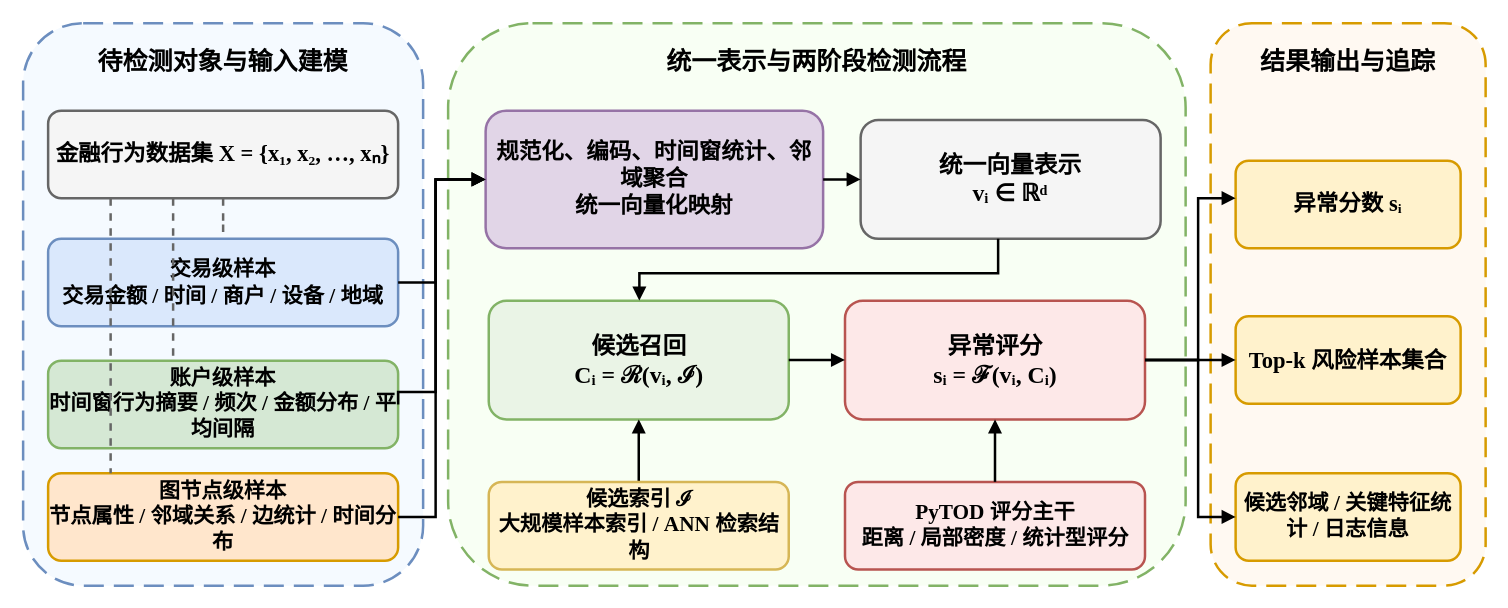
Earlier version of the draw.io diagram figures/fig3_1_financial_anomaly_task_model.drawio (HuangEven/latex-template). Source tidied: cells renumbered, new cells numbered last; positions are measured from the earlier drawing's top-left corner, leaving out a move shared by most shapes. Both pictures are drawn from the tidied source at 125%, with x=0, y=0 at pixel (22, 22).
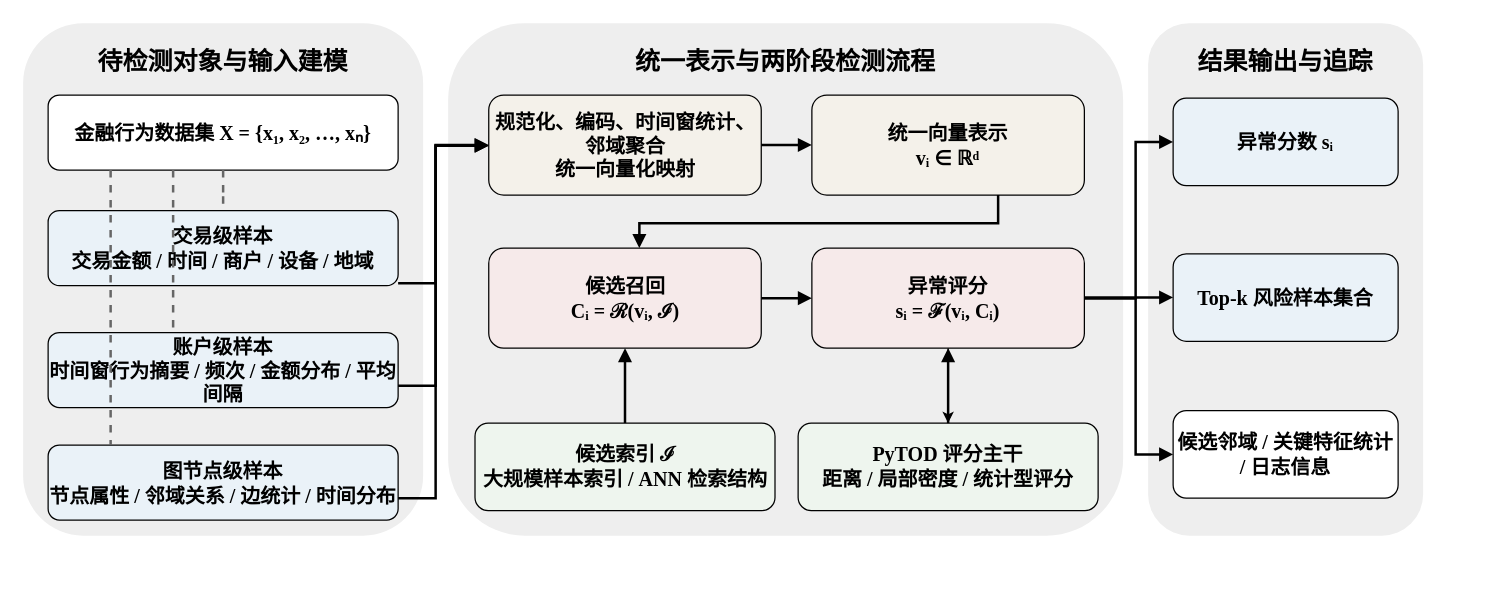
The same diagram, later.

What changed in the source:
```diff
@@
-    <mxCell id="2" value="待检测对象与输入建模" style="rounded=1;whiteSpace=wrap;html=1;fontSize=20;fontStyle=1;fontFamily=Times New Roman;align=center;verticalAlign=top;spacingTop=12;strokeWidth=2;dashed=1;dashPattern=8 4;fillColor=#F5FAFF;strokeColor=#6C8EBF;" parent="1" vertex="1">
-      <mxGeometry width="320" height="450" as="geometry" />
+    <mxCell id="2" value="&lt;font style=&quot;font-size: 20px;&quot;&gt;待检测对象与输入建模&lt;/font&gt;" style="rounded=1;whiteSpace=wrap;html=1;fontSize=16;fontStyle=1;fontFamily=Times New Roman;align=center;verticalAlign=top;spacingTop=12;strokeWidth=2;dashed=1;dashPattern=8 4;fillColor=#eeeeee;strokeColor=none;" parent="1" vertex="1">
+      <mxGeometry width="320" height="410" as="geometry" />
     </mxCell>
-    <mxCell id="3" value="统一表示与两阶段检测流程" style="rounded=1;whiteSpace=wrap;html=1;fontSize=20;fontStyle=1;fontFamily=Times New Roman;align=center;verticalAlign=top;spacingTop=12;strokeWidth=2;dashed=1;dashPattern=8 4;fillColor=#F8FFF4;strokeColor=#82B366;" parent="1" vertex="1">
-      <mxGeometry x="340" width="590" height="450" as="geometry" />
+    <mxCell id="3" value="&lt;font style=&quot;font-size: 20px;&quot;&gt;统一表示与两阶段检测流程&lt;/font&gt;" style="rounded=1;whiteSpace=wrap;html=1;fontSize=16;fontStyle=1;fontFamily=Times New Roman;align=center;verticalAlign=top;spacingTop=12;strokeWidth=2;dashed=1;dashPattern=8 4;fillColor=#eeeeee;strokeColor=none;" parent="1" vertex="1">
+      <mxGeometry x="340" width="540" height="410" as="geometry" />
     </mxCell>
-    <mxCell id="4" value="结果输出与追踪" style="rounded=1;whiteSpace=wrap;html=1;fontSize=20;fontStyle=1;fontFamily=Times New Roman;align=center;verticalAlign=top;spacingTop=12;strokeWidth=2;dashed=1;dashPattern=8 4;fillColor=#FFF9F2;strokeColor=#D79B00;" parent="1" vertex="1">
-      <mxGeometry x="950" width="220" height="450" as="geometry" />
+    <mxCell id="4" value="&lt;font style=&quot;font-size: 20px;&quot;&gt;结果输出与追踪&lt;/font&gt;" style="rounded=1;whiteSpace=wrap;html=1;fontSize=16;fontStyle=1;fontFamily=Times New Roman;align=center;verticalAlign=top;spacingTop=12;strokeWidth=2;dashed=1;dashPattern=8 4;fillColor=#eeeeee;strokeColor=none;" parent="1" vertex="1">
+      <mxGeometry x="900" width="220" height="410" as="geometry" />
     </mxCell>
-    <mxCell id="5" value="金融行为数据集 X = {x₁, x₂, …, xₙ}" style="rounded=1;whiteSpace=wrap;html=1;fontSize=18;fontStyle=1;fontFamily=Times New Roman;align=center;verticalAlign=middle;strokeWidth=2;fillColor=#F5F5F5;strokeColor=#666666;rotation=0;" parent="1" vertex="1">
-      <mxGeometry x="20" y="70" width="280" height="70" as="geometry" />
+    <mxCell id="5" value="金融行为数据集 X = {x₁, x₂, …, xₙ}" style="rounded=1;whiteSpace=wrap;html=1;fontSize=16;fontStyle=1;fontFamily=Times New Roman;align=center;verticalAlign=middle;strokeWidth=1;rotation=0;" parent="1" vertex="1">
+      <mxGeometry x="20" y="57.5" width="280" height="60" as="geometry" />
     </mxCell>
-    <mxCell id="6" value="交易级样本&lt;br&gt;交易金额 / 时间 / 商户 / 设备 / 地域" style="rounded=1;whiteSpace=wrap;html=1;fontSize=17;fontFamily=Times New Roman;align=center;verticalAlign=middle;strokeWidth=2;fillColor=#DAE8FC;strokeColor=#6C8EBF;fontStyle=1;rotation=0;" parent="1" vertex="1">
-      <mxGeometry x="20" y="172.5" width="280" height="70" as="geometry" />
+    <mxCell id="6" value="交易级样本&lt;br&gt;交易金额 / 时间 / 商户 / 设备 / 地域" style="rounded=1;whiteSpace=wrap;html=1;fontSize=16;fontFamily=Times New Roman;align=center;verticalAlign=middle;strokeWidth=1;fillColor=#EAF2F8;strokeColor=#000000;fontStyle=1;rotation=0;" parent="1" vertex="1">
+      <mxGeometry x="20" y="150" width="280" height="60" as="geometry" />
     </mxCell>
-    <mxCell id="7" value="账户级样本&lt;br&gt;时间窗行为摘要 / 频次 / 金额分布 / 平均间隔" style="rounded=1;whiteSpace=wrap;html=1;fontSize=17;fontFamily=Times New Roman;align=center;verticalAlign=middle;strokeWidth=2;fillColor=#D5E8D4;strokeColor=#82B366;fontStyle=1;" parent="1" vertex="1">
-      <mxGeometry x="20" y="270" width="280" height="70" as="geometry" />
+    <mxCell id="7" value="账户级样本&lt;br&gt;时间窗行为摘要 / 频次 / 金额分布 / 平均间隔" style="rounded=1;whiteSpace=wrap;html=1;fontSize=16;fontFamily=Times New Roman;align=center;verticalAlign=middle;strokeWidth=1;fillColor=#EAF2F8;strokeColor=#000000;fontStyle=1;" parent="1" vertex="1">
+      <mxGeometry x="20" y="247.5" width="280" height="60" as="geometry" />
     </mxCell>
-    <mxCell id="8" value="图节点级样本&lt;br&gt;节点属性 / 邻域关系 / 边统计 / 时间分布" style="rounded=1;whiteSpace=wrap;html=1;fontSize=17;fontFamily=Times New Roman;align=center;verticalAlign=middle;strokeWidth=2;fillColor=#FFE6CC;strokeColor=#D79B00;fontStyle=1;rotation=0;" parent="1" vertex="1">
-      <mxGeometry x="20" y="360" width="280" height="70" as="geometry" />
+    <mxCell id="8" value="图节点级样本&lt;br&gt;节点属性 / 邻域关系 / 边统计 / 时间分布" style="rounded=1;whiteSpace=wrap;html=1;fontSize=16;fontFamily=Times New Roman;align=center;verticalAlign=middle;strokeWidth=1;fillColor=#EAF2F8;strokeColor=#000000;fontStyle=1;rotation=0;" parent="1" vertex="1">
+      <mxGeometry x="20" y="337.5" width="280" height="60" as="geometry" />
     </mxCell>
-    <mxCell id="9" value="规范化、编码、时间窗统计、邻域聚合&lt;br&gt;统一向量化映射" style="rounded=1;whiteSpace=wrap;html=1;fontSize=18;fontFamily=Times New Roman;align=center;verticalAlign=middle;strokeWidth=2;fillColor=#E1D5E7;strokeColor=#9673A6;fontStyle=1;" parent="1" vertex="1">
-      <mxGeometry x="370" y="70" width="270" height="110" as="geometry" />
+    <mxCell id="9" value="规范化、编码、时间窗统计、邻域聚合&lt;br&gt;统一向量化映射" style="rounded=1;whiteSpace=wrap;html=1;fontSize=16;fontFamily=Times New Roman;align=center;verticalAlign=middle;strokeWidth=1;fillColor=#F4F1EA;strokeColor=#000000;fontStyle=1;rotation=0;" parent="1" vertex="1">
+      <mxGeometry x="372.5" y="57.5" width="218" height="80" as="geometry" />
     </mxCell>
-    <mxCell id="10" value="统一向量表示&lt;br&gt;vᵢ ∈ ℝᵈ" style="rounded=1;whiteSpace=wrap;html=1;fontSize=19;fontFamily=Times New Roman;align=center;verticalAlign=middle;strokeWidth=2;fillColor=#F5F5F5;strokeColor=#666666;fontStyle=1;rotation=0;" parent="1" vertex="1">
-      <mxGeometry x="670" y="77.5" width="240" height="95" as="geometry" />
+    <mxCell id="10" value="统一向量表示&lt;br&gt;vᵢ ∈ ℝᵈ" style="rounded=1;whiteSpace=wrap;html=1;fontSize=16;fontFamily=Times New Roman;align=center;verticalAlign=middle;strokeWidth=1;fillColor=#F4F1EA;strokeColor=#000000;fontStyle=1;rotation=0;" parent="1" vertex="1">
+      <mxGeometry x="631" y="57.5" width="218" height="80" as="geometry" />
     </mxCell>
-    <mxCell id="11" value="候选召回&lt;br&gt;Cᵢ = ℛ(vᵢ, ℐ)" style="rounded=1;whiteSpace=wrap;html=1;fontSize=19;fontFamily=Times New Roman;align=center;verticalAlign=middle;strokeWidth=2;fillColor=#EAF4E6;strokeColor=#82B366;fontStyle=1;" parent="1" vertex="1">
-      <mxGeometry x="372.5" y="222" width="240" height="95" as="geometry" />
+    <mxCell id="11" value="候选召回&lt;br&gt;Cᵢ = ℛ(vᵢ, ℐ)" style="rounded=1;whiteSpace=wrap;html=1;fontSize=16;fontFamily=Times New Roman;align=center;verticalAlign=middle;strokeWidth=1;fillColor=#F6EAEA;strokeColor=#000000;fontStyle=1;" parent="1" vertex="1">
+      <mxGeometry x="372.5" y="180" width="218" height="80" as="geometry" />
     </mxCell>
-    <mxCell id="12" style="edgeStyle=orthogonalEdgeStyle;rounded=0;jettySize=auto;html=1;strokeWidth=2;endArrow=block;endFill=1;" parent="1" edge="1" source="13" target="11">
+    <mxCell id="12" style="edgeStyle=orthogonalEdgeStyle;rounded=0;jettySize=auto;html=1;strokeWidth=2;endArrow=block;endFill=1;fontSize=16;fontFamily=Times New Roman;" parent="1" edge="1" source="13" target="11">
       <mxGeometry relative="1" as="geometry" />
     </mxCell>
-    <mxCell id="13" value="候选索引 ℐ&lt;br&gt;大规模样本索引 / ANN 检索结构" style="rounded=1;whiteSpace=wrap;html=1;fontSize=17;fontFamily=Times New Roman;align=center;verticalAlign=middle;strokeWidth=2;fillColor=#FFF2CC;strokeColor=#D6B656;fontStyle=1;" parent="1" vertex="1">
-      <mxGeometry x="372.5" y="367" width="240" height="70" as="geometry" />
+    <mxCell id="13" value="候选索引 ℐ&lt;br&gt;大规模样本索引 / ANN 检索结构" style="rounded=1;whiteSpace=wrap;html=1;fontSize=16;fontFamily=Times New Roman;align=center;verticalAlign=middle;strokeWidth=1;fillColor=#EEF5EE;strokeColor=#000000;fontStyle=1;" parent="1" vertex="1">
+      <mxGeometry x="361.5" y="320" width="240" height="70" as="geometry" />
     </mxCell>
+    <mxCell id="32" style="edgeStyle=orthogonalEdgeStyle;rounded=0;jettySize=auto;html=1;fontSize=16;fontFamily=Times New Roman;" parent="1" edge="1" source="14" target="15">
+      <mxGeometry relative="1" as="geometry" />
+    </mxCell>
-    <mxCell id="14" value="异常评分&lt;br&gt;sᵢ = ℱ(vᵢ, Cᵢ)" style="rounded=1;whiteSpace=wrap;html=1;fontSize=19;fontFamily=Times New Roman;align=center;verticalAlign=middle;strokeWidth=2;fillColor=#FDE8E8;strokeColor=#B85450;fontStyle=1;" parent="1" vertex="1">
-      <mxGeometry x="657.5" y="222" width="240" height="95" as="geometry" />
+    <mxCell id="14" value="异常评分&lt;br&gt;sᵢ = ℱ(vᵢ, Cᵢ)" style="rounded=1;whiteSpace=wrap;html=1;fontSize=16;fontFamily=Times New Roman;align=center;verticalAlign=middle;strokeWidth=1;fillColor=#F6EAEA;strokeColor=#000000;fontStyle=1;" parent="1" vertex="1">
+      <mxGeometry x="631" y="180" width="218" height="80" as="geometry" />
     </mxCell>
-    <mxCell id="15" value="PyTOD 评分主干&lt;br&gt;距离 / 局部密度 / 统计型评分" style="rounded=1;whiteSpace=wrap;html=1;fontSize=17;fontFamily=Times New Roman;align=center;verticalAlign=middle;strokeWidth=2;fillColor=#FDE8E8;strokeColor=#B85450;fontStyle=1;" parent="1" vertex="1">
-      <mxGeometry x="657.5" y="367" width="240" height="70" as="geometry" />
+    <mxCell id="15" value="PyTOD 评分主干&lt;br&gt;距离 / 局部密度 / 统计型评分" style="rounded=1;whiteSpace=wrap;html=1;fontSize=16;fontFamily=Times New Roman;align=center;verticalAlign=middle;strokeWidth=1;fillColor=#EEF5EE;strokeColor=#000000;fontStyle=1;" parent="1" vertex="1">
+      <mxGeometry x="620" y="320" width="240" height="70" as="geometry" />
     </mxCell>
-    <mxCell id="16" value="异常分数 sᵢ" style="rounded=1;whiteSpace=wrap;html=1;fontSize=18;fontFamily=Times New Roman;align=center;verticalAlign=middle;strokeWidth=2;fillColor=#FFF2CC;strokeColor=#D79B00;fontStyle=1;rotation=0;" parent="1" vertex="1">
-      <mxGeometry x="970" y="110" width="180" height="70" as="geometry" />
+    <mxCell id="16" value="异常分数 sᵢ" style="rounded=1;whiteSpace=wrap;html=1;fontSize=16;fontFamily=Times New Roman;align=center;verticalAlign=middle;strokeWidth=1;fillColor=#EAF2F8;strokeColor=#000000;fontStyle=1;rotation=0;" parent="1" vertex="1">
+      <mxGeometry x="920" y="60" width="180" height="70" as="geometry" />
     </mxCell>
-    <mxCell id="17" value="Top-k 风险样本集合" style="rounded=1;whiteSpace=wrap;html=1;fontSize=18;fontFamily=Times New Roman;align=center;verticalAlign=middle;strokeWidth=2;fillColor=#FFF2CC;strokeColor=#D79B00;fontStyle=1;" parent="1" vertex="1">
-      <mxGeometry x="970" y="234.5" width="180" height="70" as="geometry" />
+    <mxCell id="17" value="Top-k 风险样本集合" style="rounded=1;whiteSpace=wrap;html=1;fontSize=16;fontFamily=Times New Roman;align=center;verticalAlign=middle;strokeWidth=1;fillColor=#EAF2F8;strokeColor=#000000;fontStyle=1;" parent="1" vertex="1">
+      <mxGeometry x="920" y="184.5" width="180" height="70" as="geometry" />
     </mxCell>
-    <mxCell id="18" value="候选邻域 / 关键特征统计 / 日志信息" style="rounded=1;whiteSpace=wrap;html=1;fontSize=17;fontFamily=Times New Roman;align=center;verticalAlign=middle;strokeWidth=2;fillColor=#FFF2CC;strokeColor=#D79B00;fontStyle=1;" parent="1" vertex="1">
-      <mxGeometry x="970" y="360" width="180" height="70" as="geometry" />
+    <mxCell id="18" value="候选邻域 / 关键特征统计 / 日志信息" style="rounded=1;whiteSpace=wrap;html=1;fontSize=16;fontFamily=Times New Roman;align=center;verticalAlign=middle;strokeWidth=1;fillColor=#FFFFFF;strokeColor=#000000;fontStyle=1;" parent="1" vertex="1">
+      <mxGeometry x="920" y="310" width="180" height="70" as="geometry" />
     </mxCell>
-    <mxCell id="19" style="edgeStyle=orthogonalEdgeStyle;rounded=0;jettySize=auto;html=1;endArrow=none;strokeWidth=2;strokeColor=#666666;dashed=1;" parent="1" edge="1" source="5" target="6">
+    <mxCell id="19" style="edgeStyle=orthogonalEdgeStyle;rounded=0;jettySize=auto;html=1;endArrow=none;strokeWidth=2;strokeColor=#666666;dashed=1;fontSize=16;fontFamily=Times New Roman;" parent="1" edge="1" source="5" target="6">
       <mxGeometry relative="1" as="geometry" />
     </mxCell>
-    <mxCell id="20" style="edgeStyle=orthogonalEdgeStyle;rounded=0;jettySize=auto;html=1;endArrow=none;strokeWidth=2;strokeColor=#666666;dashed=1;" parent="1" edge="1" source="5" target="7">
+    <mxCell id="20" style="edgeStyle=orthogonalEdgeStyle;rounded=0;jettySize=auto;html=1;endArrow=none;strokeWidth=2;strokeColor=#666666;dashed=1;fontSize=16;fontFamily=Times New Roman;" parent="1" edge="1" source="5" target="7">
       <mxGeometry relative="1" as="geometry">
         <Array as="points">
-          <mxPoint x="120" y="205" />
-          <mxPoint x="120" y="205" />
+          <mxPoint x="120" y="192.5" />
+          <mxPoint x="120" y="192.5" />
         </Array>
       </mxGeometry>
     </mxCell>
-    <mxCell id="21" style="edgeStyle=orthogonalEdgeStyle;rounded=0;jettySize=auto;html=1;endArrow=none;strokeWidth=2;strokeColor=#666666;dashed=1;" parent="1" edge="1" source="5" target="8">
+    <mxCell id="21" style="edgeStyle=orthogonalEdgeStyle;rounded=0;jettySize=auto;html=1;endArrow=none;strokeWidth=2;strokeColor=#666666;dashed=1;fontSize=16;fontFamily=Times New Roman;" parent="1" edge="1" source="5" target="8">
       <mxGeometry relative="1" as="geometry">
         <Array as="points">
-          <mxPoint x="70" y="265" />
-          <mxPoint x="70" y="265" />
+          <mxPoint x="70" y="252.5" />
+          <mxPoint x="70" y="252.5" />
         </Array>
       </mxGeometry>
     </mxCell>
-    <mxCell id="22" style="edgeStyle=orthogonalEdgeStyle;rounded=0;jettySize=auto;html=1;endArrow=block;endFill=1;strokeWidth=2;strokeColor=#000000;" parent="1" edge="1" source="6" target="9">
+    <mxCell id="22" style="edgeStyle=orthogonalEdgeStyle;rounded=0;jettySize=auto;html=1;endArrow=block;endFill=1;strokeWidth=2;strokeColor=#000000;fontSize=16;fontFamily=Times New Roman;" parent="1" edge="1" source="6" target="9">
       <mxGeometry relative="1" as="geometry">
         <Array as="points">
           <mxPoint x="330" y="208" />
-          <mxPoint x="330" y="125" />
+          <mxPoint x="330" y="98" />
         </Array>
       </mxGeometry>
     </mxCell>
-    <mxCell id="23" style="edgeStyle=orthogonalEdgeStyle;rounded=0;jettySize=auto;html=1;endArrow=block;endFill=1;strokeWidth=2;strokeColor=#000000;exitX=1;exitY=0.5;exitDx=0;exitDy=0;entryX=0;entryY=0.5;entryDx=0;entryDy=0;" parent="1" edge="1" source="7" target="9">
-      <mxGeometry relative="1" as="geometry">
-        <Array as="points">
-          <mxPoint x="300" y="295" />
-          <mxPoint x="330" y="295" />
-          <mxPoint x="330" y="125" />
-        </Array>
-      </mxGeometry>
-    </mxCell>
-    <mxCell id="24" style="edgeStyle=orthogonalEdgeStyle;rounded=0;jettySize=auto;html=1;endArrow=block;endFill=1;strokeWidth=2;strokeColor=#000000;" parent="1" edge="1" source="9" target="10">
+    <mxCell id="24" style="edgeStyle=orthogonalEdgeStyle;rounded=0;jettySize=auto;html=1;endArrow=block;endFill=1;strokeWidth=2;strokeColor=#000000;fontSize=16;fontFamily=Times New Roman;" parent="1" edge="1" source="9" target="10">
       <mxGeometry relative="1" as="geometry" />
     </mxCell>
-    <mxCell id="25" style="edgeStyle=orthogonalEdgeStyle;rounded=0;jettySize=auto;html=1;endArrow=block;endFill=1;strokeWidth=2;strokeColor=#000000;" parent="1" edge="1" source="10" target="11">
+    <mxCell id="25" style="edgeStyle=orthogonalEdgeStyle;rounded=0;jettySize=auto;html=1;endArrow=block;endFill=1;strokeWidth=2;strokeColor=#000000;fontSize=16;fontFamily=Times New Roman;" parent="1" edge="1" source="10" target="11">
       <mxGeometry relative="1" as="geometry">
         <Array as="points">
-          <mxPoint x="780" y="200" />
-          <mxPoint x="493" y="200" />
+          <mxPoint x="780" y="160" />
+          <mxPoint x="493" y="160" />
         </Array>
       </mxGeometry>
     </mxCell>
-    <mxCell id="26" style="edgeStyle=orthogonalEdgeStyle;rounded=0;jettySize=auto;html=1;endArrow=block;endFill=1;strokeWidth=2;strokeColor=#000000;" parent="1" edge="1" source="11" target="14">
+    <mxCell id="26" style="edgeStyle=orthogonalEdgeStyle;rounded=0;jettySize=auto;html=1;endArrow=block;endFill=1;strokeWidth=2;strokeColor=#000000;fontSize=16;fontFamily=Times New Roman;" parent="1" edge="1" source="11" target="14">
       <mxGeometry relative="1" as="geometry" />
     </mxCell>
-    <mxCell id="27" style="edgeStyle=orthogonalEdgeStyle;rounded=0;jettySize=auto;html=1;endArrow=block;endFill=1;strokeWidth=2;strokeColor=#000000;" parent="1" edge="1" source="15" target="14">
+    <mxCell id="27" style="edgeStyle=orthogonalEdgeStyle;rounded=0;jettySize=auto;html=1;endArrow=block;endFill=1;strokeWidth=2;strokeColor=#000000;fontSize=16;fontFamily=Times New Roman;" parent="1" edge="1" source="15" target="14">
       <mxGeometry relative="1" as="geometry" />
     </mxCell>
-    <mxCell id="28" style="edgeStyle=orthogonalEdgeStyle;rounded=0;jettySize=auto;html=1;endArrow=block;endFill=1;strokeWidth=2;strokeColor=#000000;" parent="1" edge="1" source="14" target="16">
+    <mxCell id="28" style="edgeStyle=orthogonalEdgeStyle;rounded=0;jettySize=auto;html=1;endArrow=block;endFill=1;strokeWidth=2;strokeColor=#000000;fontSize=16;fontFamily=Times New Roman;" parent="1" edge="1" source="14" target="16">
       <mxGeometry relative="1" as="geometry">
         <Array as="points">
-          <mxPoint x="940" y="270" />
-          <mxPoint x="940" y="140" />
+          <mxPoint x="890" y="220" />
+          <mxPoint x="890" y="95" />
         </Array>
       </mxGeometry>
     </mxCell>
-    <mxCell id="29" style="edgeStyle=orthogonalEdgeStyle;rounded=0;jettySize=auto;html=1;endArrow=block;endFill=1;strokeWidth=2;strokeColor=#000000;entryX=0;entryY=0.5;entryDx=0;entryDy=0;" parent="1" edge="1" source="14" target="17">
+    <mxCell id="29" style="edgeStyle=orthogonalEdgeStyle;rounded=0;jettySize=auto;html=1;endArrow=block;endFill=1;strokeWidth=2;strokeColor=#000000;entryX=0;entryY=0.5;entryDx=0;entryDy=0;fontSize=16;fontFamily=Times New Roman;" parent="1" edge="1" source="14" target="17">
       <mxGeometry relative="1" as="geometry">
         <Array as="points">
-          <mxPoint x="970" y="270" />
+          <mxPoint x="885" y="220" />
         </Array>
       </mxGeometry>
     </mxCell>
-    <mxCell id="30" style="edgeStyle=orthogonalEdgeStyle;rounded=0;jettySize=auto;html=1;endArrow=block;endFill=1;strokeWidth=2;strokeColor=#000000;" parent="1" edge="1" source="14" target="18">
+    <mxCell id="30" style="edgeStyle=orthogonalEdgeStyle;rounded=0;jettySize=auto;html=1;endArrow=block;endFill=1;strokeWidth=2;strokeColor=#000000;fontSize=16;fontFamily=Times New Roman;" parent="1" edge="1" source="14" target="18">
       <mxGeometry relative="1" as="geometry">
         <Array as="points">
-          <mxPoint x="940" y="270" />
-          <mxPoint x="940" y="395" />
+          <mxPoint x="890" y="220" />
+          <mxPoint x="890" y="345" />
         </Array>
       </mxGeometry>
     </mxCell>
-    <mxCell id="31" style="edgeStyle=orthogonalEdgeStyle;rounded=0;jettySize=auto;html=1;endArrow=block;endFill=1;strokeWidth=2;strokeColor=#000000;" parent="1" edge="1" source="8" target="9">
+    <mxCell id="31" style="edgeStyle=orthogonalEdgeStyle;rounded=0;jettySize=auto;html=1;endArrow=block;endFill=1;strokeWidth=2;strokeColor=#000000;fontSize=16;fontFamily=Times New Roman;" parent="1" edge="1" source="8" target="9">
       <mxGeometry relative="1" as="geometry">
         <Array as="points">
-          <mxPoint x="330" y="395" />
-          <mxPoint x="330" y="125" />
+          <mxPoint x="330" y="380" />
+          <mxPoint x="330" y="98" />
         </Array>
       </mxGeometry>
     </mxCell>
+    <mxCell id="33" style="edgeStyle=orthogonalEdgeStyle;rounded=0;jettySize=auto;html=1;endArrow=block;endFill=1;strokeWidth=2;strokeColor=#000000;fontSize=16;fontFamily=Times New Roman;entryX=0;entryY=0.5;entryDx=0;entryDy=0;" parent="1" edge="1" target="9">
+      <mxGeometry relative="1" as="geometry">
+        <mxPoint x="300" y="290" as="sourcePoint" />
+        <Array as="points">
+          <mxPoint x="330" y="290" />
+          <mxPoint x="330" y="98" />
+        </Array>
+      </mxGeometry>
+    </mxCell>
```
